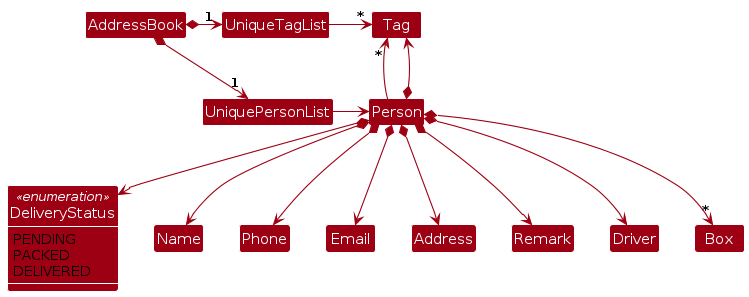
Earlier version of the PlantUML export diagrams/BetterModelClassDiagram.png (lemonishi/tp). Its source is kept beside it as diagrams/BetterModelClassDiagram.puml.
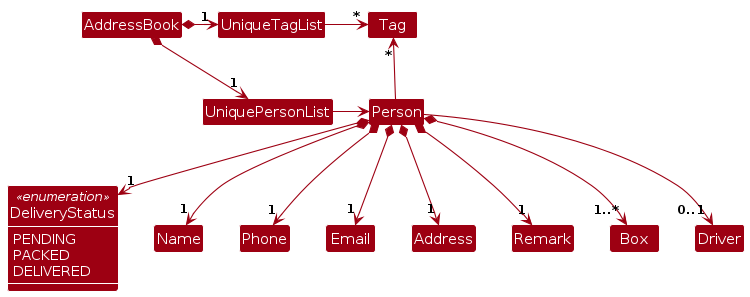
After the change.

What changed in the source:
```diff
@@ -3,6 +3,7 @@
 skinparam arrowThickness 1.1
 skinparam arrowColor MODEL_COLOR
 skinparam classBackgroundColor MODEL_COLOR
+skinparam ClassAttributeFontColor #FFFFFF
 
 AddressBook *-right-> "1" UniquePersonList
 AddressBook *-right-> "1" UniqueTagList
@@ -22,13 +23,12 @@
 
 show DeliveryStatus members
 
-Person *--> Name
-Person *--> Phone
-Person *--> Email
-Person *--> Address
-Person *--> DeliveryStatus
-Person *--> Remark
-Person *--> Driver
-Person *--> Tag
-Person *--> "*" Box
+Person *--> "1" Name
+Person *--> "1" Phone
+Person *--> "1" Email
+Person *--> "1" Address
+Person *--> "1" Remark
+Person *--> "1" DeliveryStatus
+Person *--> "1..*" Box
+Person --> "0..1" Driver
 @enduml
```
